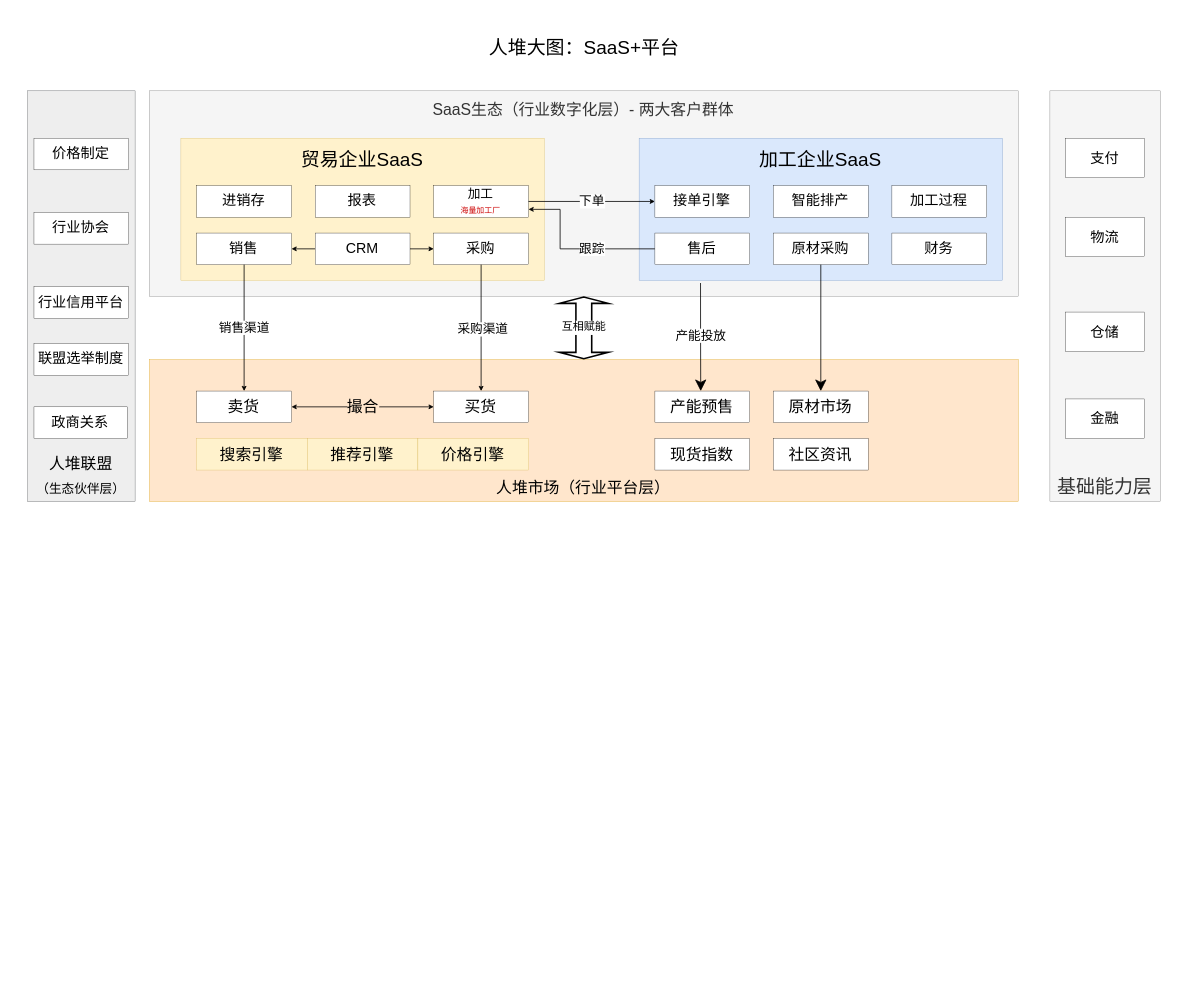
Before: 人堆大图.drawio in ruopuzi/draw.io, a draw.io diagram. Source tidied: cells renumbered, new cells numbered last; positions are measured from the earlier drawing's top-left corner, leaving out a move shared by most shapes. Both pictures are drawn from the tidied source at 158%, with x=0, y=0 at pixel (27, 27).
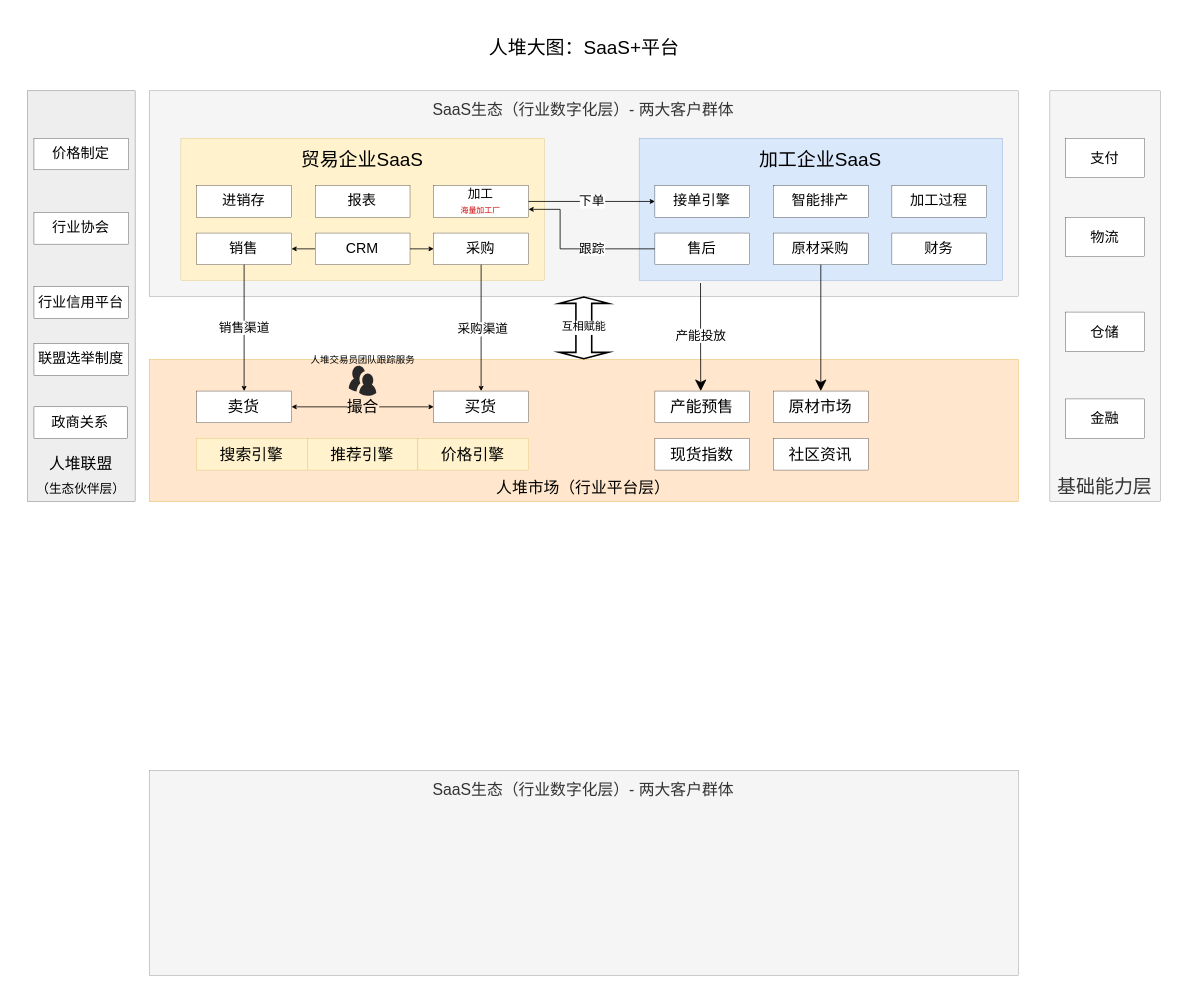
Above is the later version.

Commit message:
更新人堆大图.drawio

The edit, as a diff of the source:
```diff
@@
+    <mxCell id="50" value="SaaS生态（行业数字化层）- 两大客户群体" style="rounded=0;whiteSpace=wrap;html=1;verticalAlign=top;fillColor=#f5f5f5;fontColor=#333333;strokeColor=#666666;fontSize=10;strokeWidth=0.2;" parent="1" vertex="1">
+      <mxGeometry x="77" y="470" width="550" height="130" as="geometry" />
+    </mxCell>
+    <mxCell id="51" style="verticalLabelPosition=bottom;sketch=0;html=1;fillColor=#282828;strokeColor=none;verticalAlign=top;align=center;shape=mxgraph.cisco_safe.people_places_things_icons.icon9;" parent="1" vertex="1">
+      <mxGeometry x="203.2" y="214" width="17.5" height="19" as="geometry" />
+    </mxCell>
+    <mxCell id="52" value="人堆交易员团队跟踪服务" style="text;html=1;align=center;verticalAlign=middle;strokeColor=none;fillColor=none;fontSize=6;" parent="1" vertex="1">
+      <mxGeometry x="170" y="201" width="84" height="19" as="geometry" />
+    </mxCell>
```
